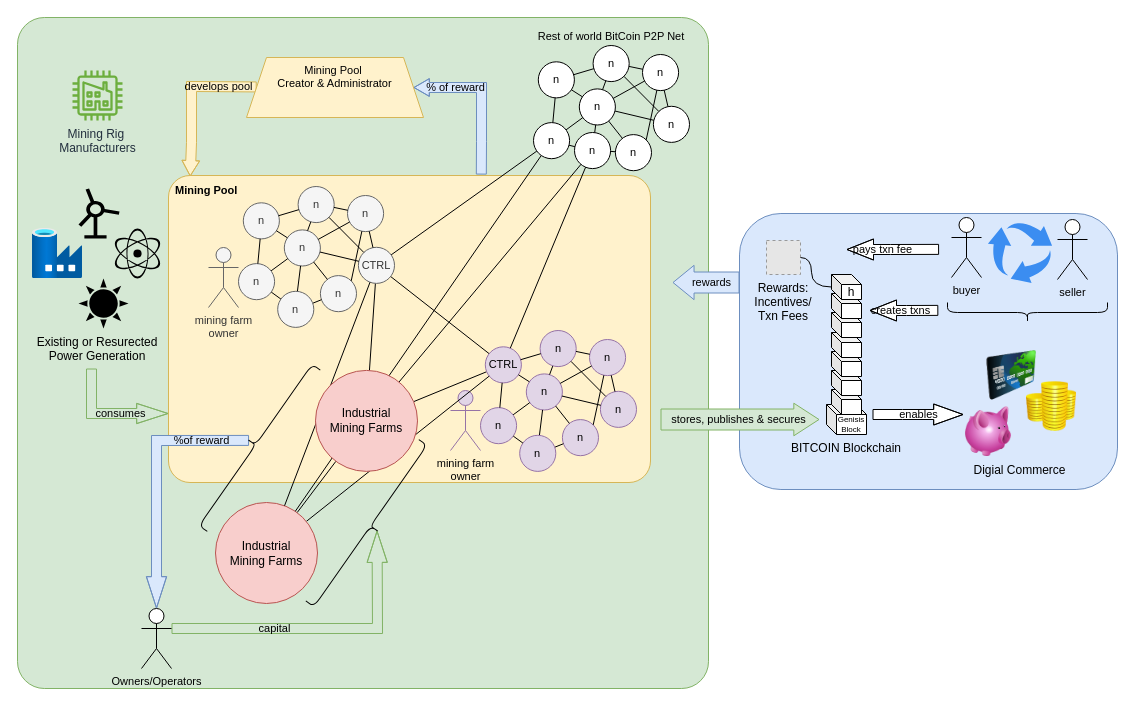
This is page "Stage 3 - Industrialization" (3 of 5) of source/macro.drawio from abs2023/tdocs, a draw.io file, before an edit. Source tidied: cells renumbered, new cells numbered last; positions are measured from the earlier drawing's top-left corner, leaving out a move shared by most shapes. Both pictures are drawn from the tidied source at 100%, with x=0, y=0 at pixel (17, 17). Pictures stored in the file or linked from it are replaced by grey dashed boxes.
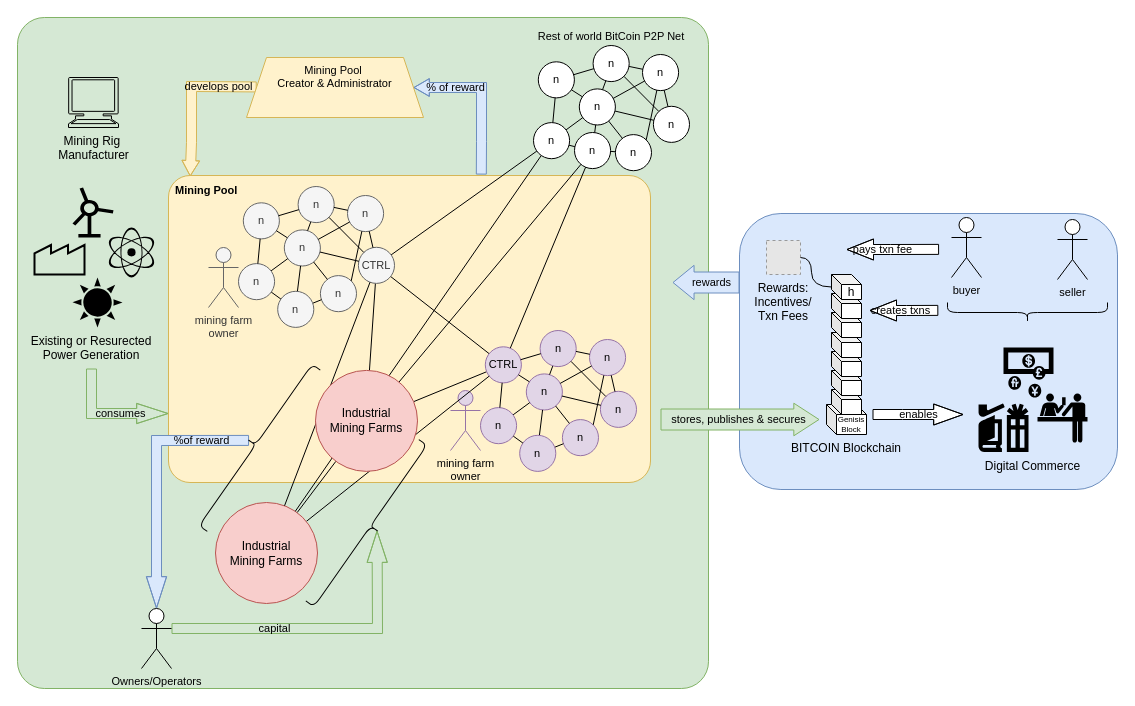
Above is the later version.

Unchanged cells that the change refers to:
```xml
<mxCell id="3" style="group;" parent="1" vertex="1">
  <mxGeometry x="640" y="196" width="460" height="276" as="geometry" />
</mxCell>
```

Diff of the diagram source:
```diff
@@
-    <mxCell id="5" value="Digial Commerce&#10;" style="group;labelPosition=center;verticalLabelPosition=bottom;align=center;verticalAlign=top;" parent="3" vertex="1">
-      <mxGeometry x="306" y="137" width="113" height="106" as="geometry" />
-    </mxCell>
-    <mxCell id="6" style="image;html=1;image=img/lib/clip_art/finance/Coins_128x128.png;fontSize=8;align=center;verticalAlign=bottom;" parent="5" vertex="1">
-      <mxGeometry x="63" y="31" width="50" height="50" as="geometry" />
-    </mxCell>
-    <mxCell id="7" style="image;html=1;image=img/lib/clip_art/finance/Piggy_Bank_128x128.png;fontSize=8;align=center;verticalAlign=bottom;" parent="5" vertex="1">
-      <mxGeometry y="56" width="50" height="50" as="geometry" />
-    </mxCell>
-    <mxCell id="8" style="image;html=1;image=img/lib/clip_art/finance/Credit_Card_128x128.png;fontSize=8;align=center;verticalAlign=bottom;" parent="5" vertex="1">
-      <mxGeometry x="23" width="50" height="50" as="geometry" />
-    </mxCell>
@@
-    <mxCell id="20" value="enables" style="shape=flexArrow;endArrow=classic;html=1;rounded=0;fontSize=11;endWidth=10;endSize=9.441666666666666;labelBackgroundColor=none;entryX=0;entryY=0.16;entryDx=0;entryDy=0;entryPerimeter=0;fillColor=#ffffff;" parent="3" edge="1" target="7">
+    <mxCell id="20" value="enables" style="shape=flexArrow;endArrow=classic;html=1;rounded=0;fontSize=11;endWidth=10;endSize=9.441666666666666;labelBackgroundColor=none;entryX=0;entryY=0.16;entryDx=0;entryDy=0;entryPerimeter=0;fillColor=#ffffff;" parent="3" edge="1">
       <mxGeometry x="65" y="31" as="geometry">
         <mxPoint x="215" y="201" as="sourcePoint" />
+        <mxPoint x="306" y="201" as="targetPoint" />
         <Array as="points">
           <mxPoint x="245" y="201" />
         </Array>
       </mxGeometry>
     </mxCell>
@@
-    <mxCell id="26" style="sketch=0;html=1;strokeColor=none;shadow=0;align=center;verticalAlign=top;fillColor=#3B8DF1;shape=mxgraph.gcp2.arrow_cycle;labelBackgroundColor=none;fontSize=14;" parent="3" vertex="1">
-      <mxGeometry x="330.4" y="8.5" width="64.2" height="61" as="geometry" />
-    </mxCell>
+    <mxCell id="133" value="Digital Commerce" style="group;verticalAlign=top;labelPosition=center;verticalLabelPosition=bottom;align=center;" parent="3" vertex="1">
+      <mxGeometry x="321" y="134" width="109" height="104.5" as="geometry" />
+    </mxCell>
+    <mxCell id="134" style="shape=mxgraph.signs.travel.ticket_purchase;html=1;fillColor=#000000;strokeColor=none;verticalLabelPosition=bottom;verticalAlign=top;align=center;sketch=0;" parent="133" vertex="1">
+      <mxGeometry x="59" y="46" width="50" height="50" as="geometry" />
+    </mxCell>
+    <mxCell id="135" style="shape=mxgraph.signs.travel.currency_exchange;html=1;fillColor=#000000;strokeColor=none;verticalLabelPosition=bottom;verticalAlign=top;align=center;sketch=0;" parent="133" vertex="1">
+      <mxGeometry x="25" width="50" height="50" as="geometry" />
+    </mxCell>
+    <mxCell id="136" style="shape=mxgraph.signs.travel.shops;html=1;fillColor=#000000;strokeColor=none;verticalLabelPosition=bottom;verticalAlign=top;align=center;sketch=0;" parent="133" vertex="1">
+      <mxGeometry y="56" width="50" height="48.5" as="geometry" />
+    </mxCell>
@@
-    <mxCell id="29" value="Existing or Resurected&#10;Power Generation" style="group;labelPosition=center;verticalLabelPosition=bottom;align=center;verticalAlign=top;" parent="1" vertex="1">
-      <mxGeometry x="15" y="171" width="130" height="140" as="geometry" />
-    </mxCell>
-    <mxCell id="30" style="shape=mxgraph.signs.science.nuclear_2;html=1;fillColor=#000000;strokeColor=none;verticalLabelPosition=bottom;verticalAlign=top;align=center;sketch=0;fontSize=8;" parent="29" vertex="1">
-      <mxGeometry x="80" y="40" width="50" height="50" as="geometry" />
-    </mxCell>
-    <mxCell id="31" style="shape=mxgraph.signs.nature.sun_3;html=1;fillColor=#000000;strokeColor=none;verticalLabelPosition=bottom;verticalAlign=top;align=center;sketch=0;fontSize=8;" parent="29" vertex="1">
-      <mxGeometry x="46" y="90" width="50" height="50" as="geometry" />
-    </mxCell>
-    <mxCell id="32" style="html=1;align=center;image;fontSize=12;image=img/lib/azure2/databases/Data_Factory.svg;" parent="29" vertex="1">
-      <mxGeometry y="40" width="50" height="50" as="geometry" />
-    </mxCell>
-    <mxCell id="33" style="shape=mxgraph.signs.science.windmill;html=1;fillColor=#000000;strokeColor=none;verticalLabelPosition=bottom;verticalAlign=top;align=center;fontSize=8;" parent="29" vertex="1">
-      <mxGeometry x="46" width="41" height="50" as="geometry" />
-    </mxCell>
-    <mxCell id="34" value="Mining Rig&amp;nbsp;&lt;br&gt;Manufacturers" style="sketch=0;fontColor=#232F3E;gradientColor=none;fillColor=#6CAE3E;strokeColor=none;dashed=0;verticalLabelPosition=bottom;verticalAlign=top;align=center;html=1;fontSize=12;fontStyle=0;shape=mxgraph.aws4.factory;labelBackgroundColor=none;" parent="1" vertex="1">
-      <mxGeometry x="55" y="53" width="50" height="50" as="geometry" />
-    </mxCell>
@@
+    <mxCell id="29" value="Existing or Resurected&#10;Power Generation" style="group;labelPosition=center;verticalLabelPosition=bottom;align=center;verticalAlign=top;" parent="1" vertex="1">
+      <mxGeometry x="9" y="169.9" width="130" height="140" as="geometry" />
+    </mxCell>
+    <mxCell id="30" style="shape=mxgraph.signs.science.nuclear_2;html=1;fillColor=#000000;strokeColor=none;verticalLabelPosition=bottom;verticalAlign=top;align=center;sketch=0;fontSize=8;" parent="29" vertex="1">
+      <mxGeometry x="80" y="40" width="50" height="50" as="geometry" />
+    </mxCell>
+    <mxCell id="31" style="shape=mxgraph.signs.nature.sun_3;html=1;fillColor=#000000;strokeColor=none;verticalLabelPosition=bottom;verticalAlign=top;align=center;sketch=0;fontSize=8;" parent="29" vertex="1">
+      <mxGeometry x="46" y="90" width="50" height="50" as="geometry" />
+    </mxCell>
+    <mxCell id="33" style="shape=mxgraph.signs.science.windmill;html=1;fillColor=#000000;strokeColor=none;verticalLabelPosition=bottom;verticalAlign=top;align=center;fontSize=8;" parent="29" vertex="1">
+      <mxGeometry x="46" width="41" height="50" as="geometry" />
+    </mxCell>
+    <mxCell id="137" value="&amp;nbsp;" style="strokeWidth=2;html=1;shape=mxgraph.lean_mapping.outside_sources;whiteSpace=wrap;align=center;fillColor=#d5e8d4;strokeColor=default;" parent="29" vertex="1">
+      <mxGeometry x="8" y="57" width="50" height="30" as="geometry" />
+    </mxCell>
+    <mxCell id="138" value="Mining Rig&amp;nbsp;&lt;br&gt;Manufacturer" style="shape=mxgraph.signs.tech.computer;html=1;fillColor=#d5e8d4;strokeColor=default;verticalLabelPosition=bottom;verticalAlign=top;align=center;sketch=0;" parent="1" vertex="1">
+      <mxGeometry x="51" y="60" width="50" height="50" as="geometry" />
+    </mxCell>
```
